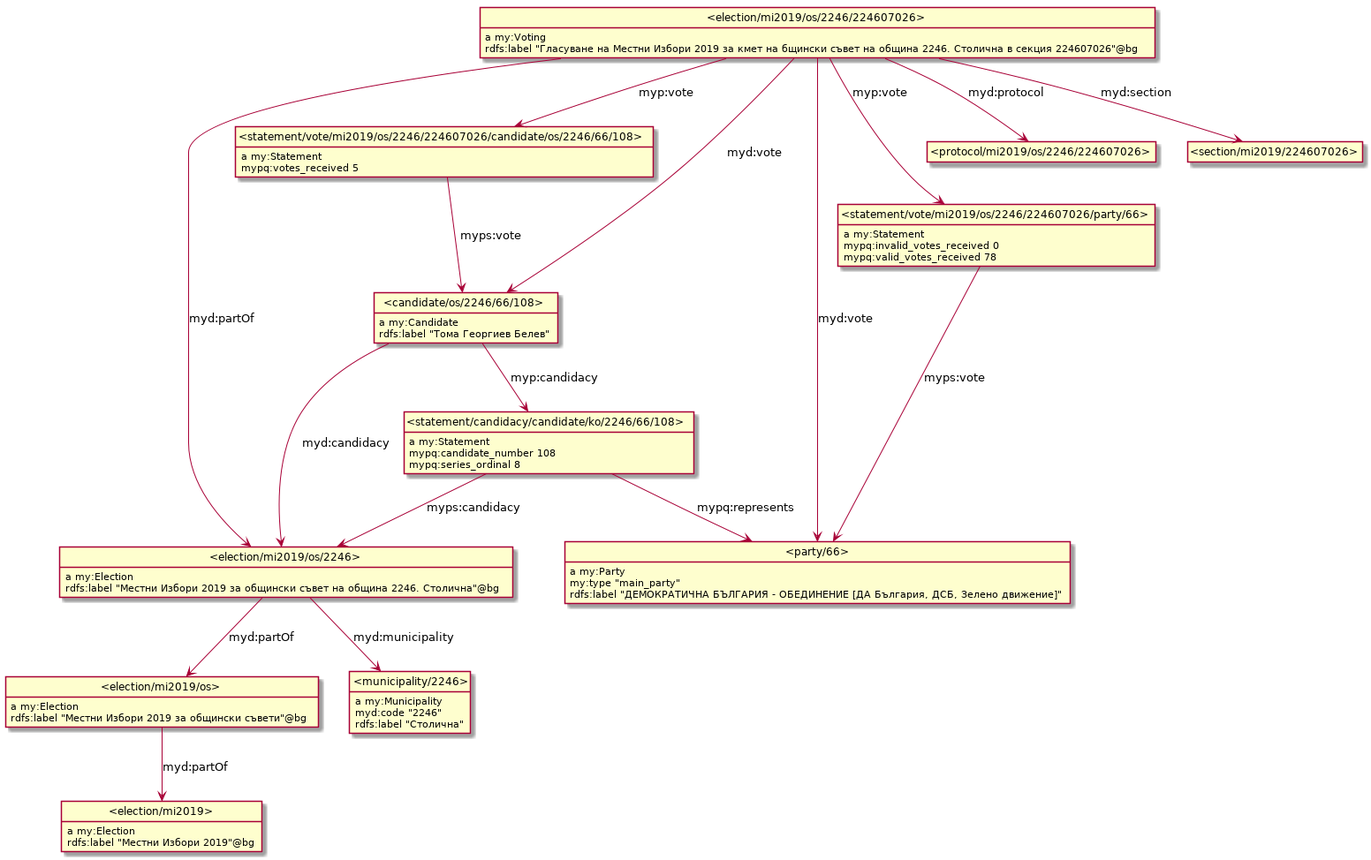
nikolatulechki/semanticElections keeps this PlantUML diagram as model/localModel_os.png. Above is the earlier version.
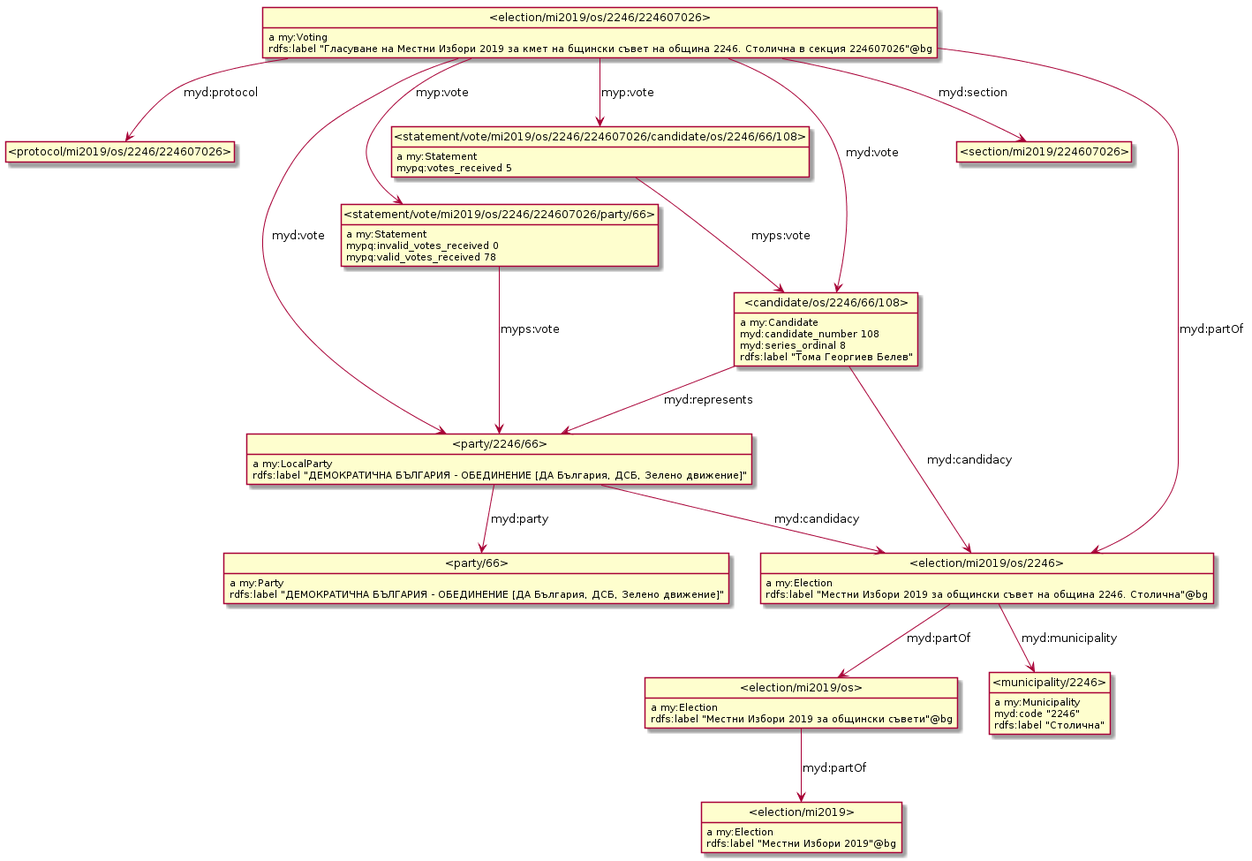
Above is the later version.

What changed in the source:
```diff
@@ -2,57 +2,57 @@
 hide empty methods
 hide empty attributes
 hide circle
-
-class _candidate_os_2246_66_108_ as "<candidate/os/2246/66/108>"
-_candidate_os_2246_66_108_ : a my:Candidate
-class _election_mi2019_os_2246_ as "<election/mi2019/os/2246>"
-_candidate_os_2246_66_108_ -down-> _election_mi2019_os_2246_ : myd:candidacy
-class _statement_candidacy_candidate_ko_2246_66_108_ as "<statement/candidacy/candidate/ko/2246/66/108>"
-_candidate_os_2246_66_108_ -down-> _statement_candidacy_candidate_ko_2246_66_108_ : myp:candidacy
-_candidate_os_2246_66_108_ : rdfs:label "Тома Георгиев Белев"
-class _election_mi2019_ as "<election/mi2019>"
-_election_mi2019_ : a my:Election
-_election_mi2019_ : rdfs:label "Местни Избори 2019"@bg
+skinparam classAttributeIconSize 0
 class _election_mi2019_os_ as "<election/mi2019/os>"
 _election_mi2019_os_ : a my:Election
+class _election_mi2019_ as "<election/mi2019>"
 _election_mi2019_os_ -down-> _election_mi2019_ : myd:partOf
 _election_mi2019_os_ : rdfs:label "Местни Избори 2019 за общински съвети"@bg
-_election_mi2019_os_2246_ : a my:Election
-_election_mi2019_os_2246_ -down-> _election_mi2019_os_ : myd:partOf
 class _municipality_2246_ as "<municipality/2246>"
-_election_mi2019_os_2246_ -down-> _municipality_2246_ : myd:municipality
-_election_mi2019_os_2246_ : rdfs:label "Местни Избори 2019 за общински съвет на община 2246. Столична"@bg
-class _election_mi2019_os_2246_224607026_ as "<election/mi2019/os/2246/224607026>"
-_election_mi2019_os_2246_224607026_ : a my:Voting
-_election_mi2019_os_2246_224607026_ -down-> _candidate_os_2246_66_108_ : myd:vote
-_election_mi2019_os_2246_224607026_ -down-> _election_mi2019_os_2246_ : myd:partOf
-class _party_66_ as "<party/66>"
-_election_mi2019_os_2246_224607026_ -down-> _party_66_ : myd:vote
-class _protocol_mi2019_os_2246_224607026_ as "<protocol/mi2019/os/2246/224607026>"
-_election_mi2019_os_2246_224607026_ -down-> _protocol_mi2019_os_2246_224607026_ : myd:protocol
-class _section_mi2019_224607026_ as "<section/mi2019/224607026>"
-_election_mi2019_os_2246_224607026_ -down-> _section_mi2019_224607026_ : myd:section
-class _statement_vote_mi2019_os_2246_224607026_candidate_os_2246_66_108_ as "<statement/vote/mi2019/os/2246/224607026/candidate/os/2246/66/108>"
-_election_mi2019_os_2246_224607026_ -down-> _statement_vote_mi2019_os_2246_224607026_candidate_os_2246_66_108_ : myp:vote
-class _statement_vote_mi2019_os_2246_224607026_party_66_ as "<statement/vote/mi2019/os/2246/224607026/party/66>"
-_election_mi2019_os_2246_224607026_ -down-> _statement_vote_mi2019_os_2246_224607026_party_66_ : myp:vote
-_election_mi2019_os_2246_224607026_ : rdfs:label "Гласуване на Местни Избори 2019 за кмет на бщински съвет на община 2246. Столична в секция 224607026"@bg
 _municipality_2246_ : a my:Municipality
 _municipality_2246_ : myd:code "2246"
 _municipality_2246_ : rdfs:label "Столична"
-_party_66_ : a my:Party
-_party_66_ : my:type "main_party"
-_party_66_ : rdfs:label "ДЕМОКРАТИЧНА БЪЛГАРИЯ - ОБЕДИНЕНИЕ [ДА България, ДСБ, Зелено движение]"
-_statement_candidacy_candidate_ko_2246_66_108_ : a my:Statement
-_statement_candidacy_candidate_ko_2246_66_108_ -down-> _election_mi2019_os_2246_ : myps:candidacy
-_statement_candidacy_candidate_ko_2246_66_108_ -down-> _party_66_ : mypq:represents
-_statement_candidacy_candidate_ko_2246_66_108_ : mypq:candidate_number 108
-_statement_candidacy_candidate_ko_2246_66_108_ : mypq:series_ordinal 8
+class _election_mi2019_os_2246_224607026_ as "<election/mi2019/os/2246/224607026>"
+_election_mi2019_os_2246_224607026_ : a my:Voting
+class _protocol_mi2019_os_2246_224607026_ as "<protocol/mi2019/os/2246/224607026>"
+_election_mi2019_os_2246_224607026_ -down-> _protocol_mi2019_os_2246_224607026_ : myd:protocol
+class _party_2246_66_ as "<party/2246/66>"
+_election_mi2019_os_2246_224607026_ -down-> _party_2246_66_ : myd:vote
+class _statement_vote_mi2019_os_2246_224607026_party_66_ as "<statement/vote/mi2019/os/2246/224607026/party/66>"
+_election_mi2019_os_2246_224607026_ -down-> _statement_vote_mi2019_os_2246_224607026_party_66_ : myp:vote
+class _statement_vote_mi2019_os_2246_224607026_candidate_os_2246_66_108_ as "<statement/vote/mi2019/os/2246/224607026/candidate/os/2246/66/108>"
+_election_mi2019_os_2246_224607026_ -down-> _statement_vote_mi2019_os_2246_224607026_candidate_os_2246_66_108_ : myp:vote
+class _candidate_os_2246_66_108_ as "<candidate/os/2246/66/108>"
+_election_mi2019_os_2246_224607026_ -down-> _candidate_os_2246_66_108_ : myd:vote
+class _section_mi2019_224607026_ as "<section/mi2019/224607026>"
+_election_mi2019_os_2246_224607026_ -down-> _section_mi2019_224607026_ : myd:section
+class _election_mi2019_os_2246_ as "<election/mi2019/os/2246>"
+_election_mi2019_os_2246_224607026_ -down-> _election_mi2019_os_2246_ : myd:partOf
+_election_mi2019_os_2246_224607026_ : rdfs:label "Гласуване на Местни Избори 2019 за кмет на бщински съвет на община 2246. Столична в секция 224607026"@bg
+_election_mi2019_os_2246_ : a my:Election
+_election_mi2019_os_2246_ -down-> _municipality_2246_ : myd:municipality
+_election_mi2019_os_2246_ -down-> _election_mi2019_os_ : myd:partOf
+_election_mi2019_os_2246_ : rdfs:label "Местни Избори 2019 за общински съвет на община 2246. Столична"@bg
+_candidate_os_2246_66_108_ : a my:Candidate
+_candidate_os_2246_66_108_ -down-> _election_mi2019_os_2246_ : myd:candidacy
+_candidate_os_2246_66_108_ -down-> _party_2246_66_ : myd:represents
+_candidate_os_2246_66_108_ : myd:candidate_number 108
+_candidate_os_2246_66_108_ : myd:series_ordinal 8
+_candidate_os_2246_66_108_ : rdfs:label "Тома Георгиев Белев"
 _statement_vote_mi2019_os_2246_224607026_candidate_os_2246_66_108_ : a my:Statement
 _statement_vote_mi2019_os_2246_224607026_candidate_os_2246_66_108_ -down-> _candidate_os_2246_66_108_ : myps:vote
 _statement_vote_mi2019_os_2246_224607026_candidate_os_2246_66_108_ : mypq:votes_received 5
+class _party_66_ as "<party/66>"
+_party_66_ : a my:Party
+_party_66_ : rdfs:label "ДЕМОКРАТИЧНА БЪЛГАРИЯ - ОБЕДИНЕНИЕ [ДА България, ДСБ, Зелено движение]"
 _statement_vote_mi2019_os_2246_224607026_party_66_ : a my:Statement
-_statement_vote_mi2019_os_2246_224607026_party_66_ -down-> _party_66_ : myps:vote
+_statement_vote_mi2019_os_2246_224607026_party_66_ -down-> _party_2246_66_ : myps:vote
 _statement_vote_mi2019_os_2246_224607026_party_66_ : mypq:invalid_votes_received 0
 _statement_vote_mi2019_os_2246_224607026_party_66_ : mypq:valid_votes_received 78
+_party_2246_66_ : a my:LocalParty
+_party_2246_66_ -down-> _election_mi2019_os_2246_ : myd:candidacy
+_party_2246_66_ -down-> _party_66_ : myd:party
+_party_2246_66_ : rdfs:label "ДЕМОКРАТИЧНА БЪЛГАРИЯ - ОБЕДИНЕНИЕ [ДА България, ДСБ, Зелено движение]"
+_election_mi2019_ : a my:Election
+_election_mi2019_ : rdfs:label "Местни Избори 2019"@bg
 @enduml
```
